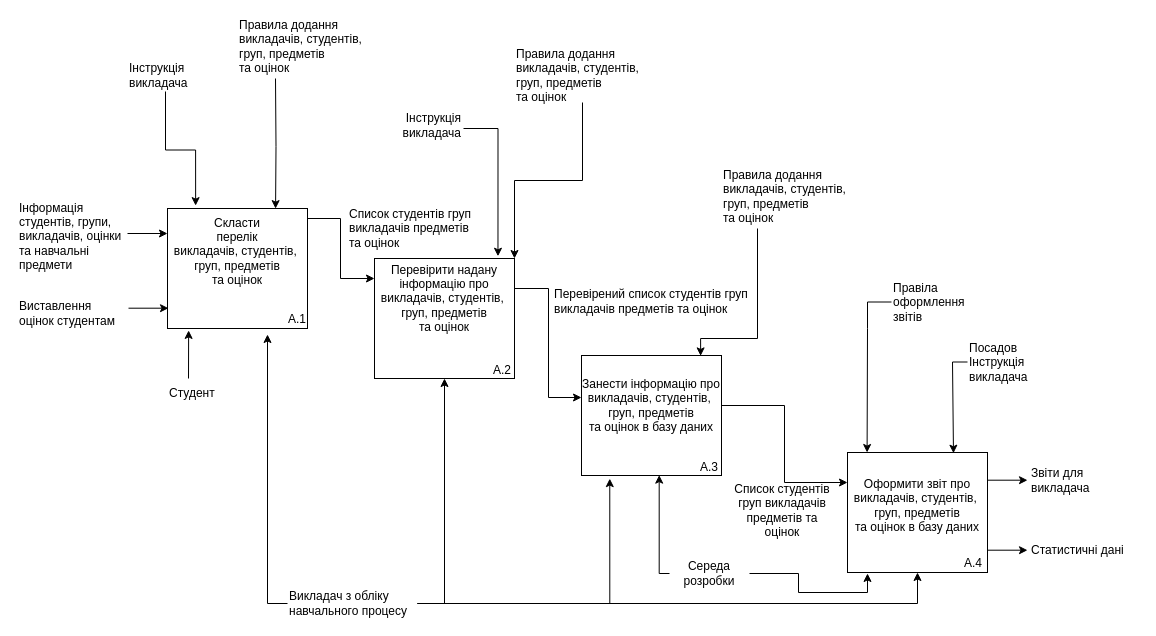
Above: docs/Diagram SADT-0.drawio in MikeostCorp/Gradify (draw.io), before the change. Source tidied: cells renumbered, new cells numbered last; positions are measured from the earlier drawing's top-left corner, leaving out a move shared by most shapes. Both pictures are drawn from the tidied source at 100%, with x=0, y=0 at pixel (17, 18).
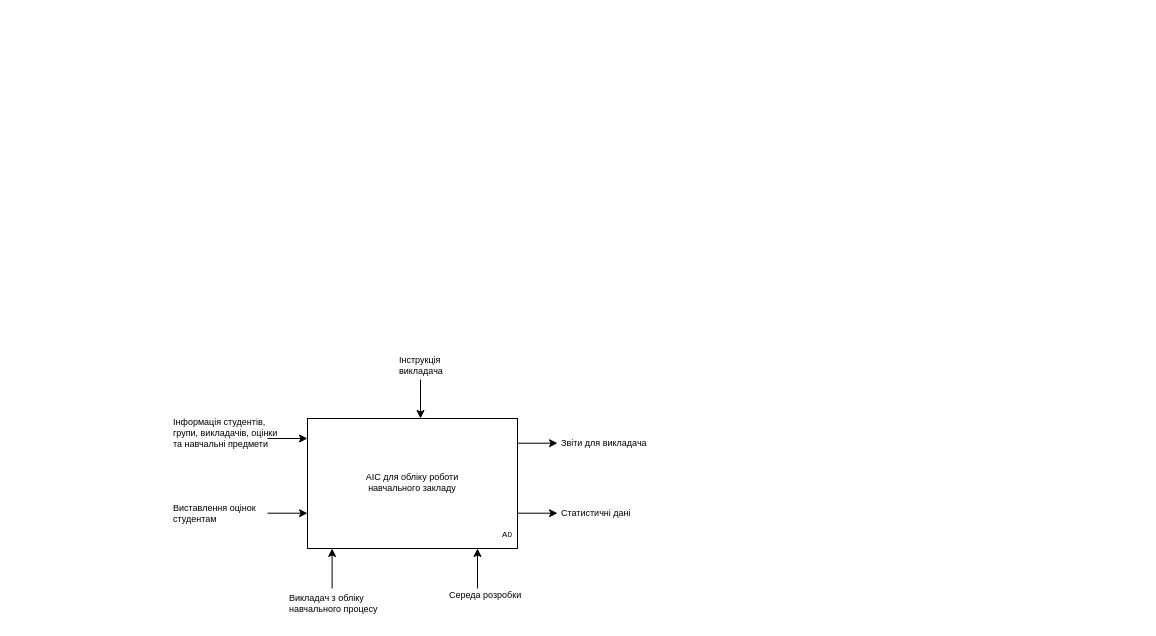
Above is the later version.

The edit, as a diff of the source:
```diff
@@
-    <mxCell id="2" style="rounded=0;whiteSpace=wrap;html=1;" parent="1" vertex="1">
-      <mxGeometry x="150" y="190" width="140" height="120" as="geometry" />
-    </mxCell>
-    <mxCell id="3" value="A.1" style="text;html=1;strokeColor=none;fillColor=none;align=center;verticalAlign=middle;whiteSpace=wrap;rounded=0;" parent="1" vertex="1">
-      <mxGeometry x="250" y="286" width="60" height="30" as="geometry" />
-    </mxCell>
-    <mxCell id="4" style="edgeStyle=orthogonalEdgeStyle;rounded=0;jettySize=auto;html=1;entryX=0;entryY=0.25;entryDx=0;entryDy=0;" parent="1" edge="1" source="5" target="7">
-      <mxGeometry relative="1" as="geometry">
-        <Array as="points">
-          <mxPoint x="323" y="200" />
-          <mxPoint x="323" y="260" />
-        </Array>
-      </mxGeometry>
-    </mxCell>
-    <mxCell id="5" value="Cкласти&lt;br&gt;перелік&lt;br&gt;викладачів, студентів,&amp;nbsp;&lt;br&gt;груп, предметів&lt;br&gt;та оцінок" style="text;html=1;strokeColor=none;fillColor=none;align=center;verticalAlign=middle;whiteSpace=wrap;rounded=0;" parent="1" vertex="1">
-      <mxGeometry x="150" y="195" width="140" height="75" as="geometry" />
-    </mxCell>
-    <mxCell id="6" style="rounded=0;whiteSpace=wrap;html=1;" parent="1" vertex="1">
-      <mxGeometry x="357" y="240" width="140" height="120" as="geometry" />
-    </mxCell>
-    <mxCell id="7" value="Перевірити надану інформацію про&lt;br&gt;викладачів, студентів,&amp;nbsp;&lt;br&gt;груп, предметів&lt;br&gt;та оцінок" style="text;html=1;strokeColor=none;fillColor=none;align=center;verticalAlign=middle;whiteSpace=wrap;rounded=0;" parent="1" vertex="1">
-      <mxGeometry x="357" y="240" width="140" height="80" as="geometry" />
-    </mxCell>
-    <mxCell id="8" value="A.2" style="text;html=1;strokeColor=none;fillColor=none;align=center;verticalAlign=middle;whiteSpace=wrap;rounded=0;" parent="1" vertex="1">
-      <mxGeometry x="455" y="337" width="60" height="30" as="geometry" />
-    </mxCell>
-    <mxCell id="9" style="rounded=0;whiteSpace=wrap;html=1;" parent="1" vertex="1">
-      <mxGeometry x="564" y="337" width="140" height="120" as="geometry" />
-    </mxCell>
-    <mxCell id="10" style="edgeStyle=orthogonalEdgeStyle;rounded=0;jettySize=auto;html=1;entryX=0;entryY=0.25;entryDx=0;entryDy=0;" parent="1" edge="1" source="11" target="18">
-      <mxGeometry relative="1" as="geometry" />
-    </mxCell>
-    <mxCell id="11" value="Занести інформацію про&lt;br&gt;викладачів, студентів,&amp;nbsp;&lt;br&gt;груп, предметів&lt;br&gt;та оцінок в базу даних" style="text;html=1;strokeColor=none;fillColor=none;align=center;verticalAlign=middle;whiteSpace=wrap;rounded=0;" parent="1" vertex="1">
-      <mxGeometry x="564" y="337" width="140" height="100" as="geometry" />
-    </mxCell>
-    <mxCell id="12" value="A.3" style="text;html=1;strokeColor=none;fillColor=none;align=center;verticalAlign=middle;whiteSpace=wrap;rounded=0;" parent="1" vertex="1">
-      <mxGeometry x="662" y="434" width="60" height="30" as="geometry" />
-    </mxCell>
-    <mxCell id="13" value="Список студентів груп викладачів предметів та оцінок" style="text;html=1;strokeColor=none;fillColor=none;align=left;verticalAlign=middle;whiteSpace=wrap;rounded=0;" parent="1" vertex="1">
-      <mxGeometry x="330" y="195" width="130" height="30" as="geometry" />
-    </mxCell>
-    <mxCell id="14" style="endArrow=classic;html=1;rounded=0;entryX=0;entryY=1;entryDx=0;entryDy=0;" parent="1" edge="1">
-      <mxGeometry relative="1" as="geometry">
-        <mxPoint x="110" y="215" as="sourcePoint" />
-        <mxPoint x="150" y="215" as="targetPoint" />
-      </mxGeometry>
-    </mxCell>
+    <mxCell id="52" style="rounded=0;whiteSpace=wrap;html=1;" parent="1" vertex="1">
+      <mxGeometry x="290" y="400" width="210" height="130" as="geometry" />
+    </mxCell>
+    <mxCell id="53" value="&lt;font style=&quot;font-size: 8px;&quot;&gt;A0&lt;/font&gt;" style="text;html=1;strokeColor=none;fillColor=none;align=center;verticalAlign=middle;whiteSpace=wrap;rounded=0;" parent="1" vertex="1">
+      <mxGeometry x="460" y="500" width="60" height="30" as="geometry" />
+    </mxCell>
+    <mxCell id="54" style="endArrow=classic;html=1;rounded=0;entryX=0;entryY=1;entryDx=0;entryDy=0;" parent="1" edge="1" target="53">
+      <mxGeometry relative="1" as="geometry">
+        <mxPoint x="460" y="570" as="sourcePoint" />
+      </mxGeometry>
+    </mxCell>
+    <mxCell id="55" style="endArrow=classic;html=1;rounded=0;entryX=0;entryY=1;entryDx=0;entryDy=0;" parent="1" edge="1">
+      <mxGeometry relative="1" as="geometry">
+        <mxPoint x="314.6" y="570" as="sourcePoint" />
+        <mxPoint x="314.6" y="530" as="targetPoint" />
+      </mxGeometry>
+    </mxCell>
+    <mxCell id="34" value="Викладач з обліку навчального процесу" style="text;strokeColor=none;fillColor=none;align=left;verticalAlign=middle;whiteSpace=wrap;rounded=0;shadow=0;fontStyle=0;html=1;fontSize=9;spacingTop=0;" parent="1" vertex="1">
+      <mxGeometry x="270" y="570" width="110" height="30" as="geometry" />
+    </mxCell>
+    <mxCell id="39" value="Середа розробки" style="text;strokeColor=none;fillColor=none;align=left;verticalAlign=middle;whiteSpace=wrap;rounded=0;shadow=0;fontStyle=0;html=1;fontSize=9;spacingTop=0;" parent="1" vertex="1">
+      <mxGeometry x="430" y="562" width="80" height="30" as="geometry" />
+    </mxCell>
+    <mxCell id="56" style="endArrow=classic;html=1;rounded=0;entryX=0;entryY=1;entryDx=0;entryDy=0;" parent="1" edge="1">
+      <mxGeometry relative="1" as="geometry">
+        <mxPoint x="250" y="420" as="sourcePoint" />
+        <mxPoint x="290" y="420" as="targetPoint" />
+      </mxGeometry>
+    </mxCell>
-    <mxCell id="15" value="&lt;div style=&quot;font-size: 12px;&quot;&gt;Інформація студентів, групи, викладачів, оцінки та навчальні предмети&lt;/div&gt;" style="text;strokeColor=none;fillColor=none;align=left;verticalAlign=middle;whiteSpace=wrap;rounded=0;shadow=0;fontStyle=0;html=1;fontSize=12;spacingTop=0;" parent="1" vertex="1">
-      <mxGeometry y="180" width="110" height="75" as="geometry" />
+    <mxCell id="15" value="&lt;div style=&quot;&quot;&gt;Інформація студентів, групи, викладачів, оцінки та навчальні предмети&lt;/div&gt;" style="text;strokeColor=none;fillColor=none;align=left;verticalAlign=middle;whiteSpace=wrap;rounded=0;shadow=0;fontStyle=0;html=1;fontSize=9;spacingTop=0;" parent="1" vertex="1">
+      <mxGeometry x="154" y="400" width="110" height="30" as="geometry" />
     </mxCell>
-    <mxCell id="16" style="endArrow=classic;html=1;rounded=0;entryX=0;entryY=1;entryDx=0;entryDy=0;" parent="1" edge="1">
-      <mxGeometry relative="1" as="geometry">
-        <mxPoint x="111" y="289.7" as="sourcePoint" />
-        <mxPoint x="151" y="289.7" as="targetPoint" />
-      </mxGeometry>
-    </mxCell>
+    <mxCell id="57" style="endArrow=classic;html=1;rounded=0;entryX=0;entryY=1;entryDx=0;entryDy=0;" parent="1" edge="1">
+      <mxGeometry relative="1" as="geometry">
+        <mxPoint x="250" y="494.7" as="sourcePoint" />
+        <mxPoint x="290" y="494.7" as="targetPoint" />
+      </mxGeometry>
+    </mxCell>
-    <mxCell id="17" value="&lt;div style=&quot;font-size: 12px;&quot;&gt;Виставлення оцінок студентам&lt;/div&gt;" style="text;strokeColor=none;fillColor=none;align=left;verticalAlign=middle;whiteSpace=wrap;rounded=0;shadow=0;fontStyle=0;html=1;fontSize=12;spacingTop=0;" parent="1" vertex="1">
-      <mxGeometry y="280" width="110" height="30" as="geometry" />
+    <mxCell id="17" value="&lt;div style=&quot;&quot;&gt;Виставлення оцінок студентам&lt;/div&gt;" style="text;strokeColor=none;fillColor=none;align=left;verticalAlign=middle;whiteSpace=wrap;rounded=0;shadow=0;fontStyle=0;html=1;fontSize=9;spacingTop=0;" parent="1" vertex="1">
+      <mxGeometry x="154" y="480" width="110" height="30" as="geometry" />
     </mxCell>
-    <mxCell id="18" style="rounded=0;whiteSpace=wrap;html=1;" parent="1" vertex="1">
-      <mxGeometry x="830" y="434" width="140" height="120" as="geometry" />
-    </mxCell>
-    <mxCell id="19" value="Оформити звіт про&lt;br&gt;викладачів, студентів,&amp;nbsp;&lt;br&gt;груп, предметів&lt;br&gt;та оцінок в базу даних" style="text;html=1;strokeColor=none;fillColor=none;align=center;verticalAlign=middle;whiteSpace=wrap;rounded=0;" parent="1" vertex="1">
-      <mxGeometry x="830" y="437" width="140" height="100" as="geometry" />
-    </mxCell>
-    <mxCell id="20" value="A.4" style="text;html=1;strokeColor=none;fillColor=none;align=center;verticalAlign=middle;whiteSpace=wrap;rounded=0;" parent="1" vertex="1">
-      <mxGeometry x="926" y="530" width="60" height="30" as="geometry" />
-    </mxCell>
-    <mxCell id="21" style="edgeStyle=orthogonalEdgeStyle;rounded=0;orthogonalLoop=1;jettySize=auto;html=1;entryX=0;entryY=0.25;entryDx=0;entryDy=0;" parent="1" edge="1">
-      <mxGeometry relative="1" as="geometry">
-        <mxPoint x="497" y="310" as="sourcePoint" />
-        <mxPoint x="564" y="379" as="targetPoint" />
-        <Array as="points">
-          <mxPoint x="497" y="270" />
-          <mxPoint x="531" y="270" />
-          <mxPoint x="531" y="379" />
-        </Array>
-      </mxGeometry>
-    </mxCell>
-    <mxCell id="22" style="endArrow=classic;html=1;rounded=0;entryX=0;entryY=1;entryDx=0;entryDy=0;" parent="1" edge="1">
-      <mxGeometry relative="1" as="geometry">
-        <mxPoint x="970" y="531.7" as="sourcePoint" />
-        <mxPoint x="1010" y="531.7" as="targetPoint" />
-      </mxGeometry>
-    </mxCell>
+    <mxCell id="58" style="endArrow=classic;html=1;rounded=0;entryX=0;entryY=1;entryDx=0;entryDy=0;" parent="1" edge="1">
+      <mxGeometry relative="1" as="geometry">
+        <mxPoint x="500" y="494.7" as="sourcePoint" />
+        <mxPoint x="540" y="494.7" as="targetPoint" />
+      </mxGeometry>
+    </mxCell>
-    <mxCell id="23" value="&lt;div style=&quot;font-size: 12px;&quot;&gt;Статистичні дані&lt;/div&gt;" style="text;strokeColor=none;fillColor=none;align=left;verticalAlign=middle;whiteSpace=wrap;rounded=0;shadow=0;fontStyle=0;html=1;fontSize=12;spacingTop=0;" parent="1" vertex="1">
-      <mxGeometry x="1012" y="517" width="110" height="30" as="geometry" />
+    <mxCell id="23" value="&lt;div style=&quot;&quot;&gt;Статистичні дані&lt;/div&gt;" style="text;strokeColor=none;fillColor=none;align=left;verticalAlign=middle;whiteSpace=wrap;rounded=0;shadow=0;fontStyle=0;html=1;fontSize=9;spacingTop=0;" parent="1" vertex="1">
+      <mxGeometry x="542" y="480" width="110" height="30" as="geometry" />
     </mxCell>
-    <mxCell id="24" style="endArrow=classic;html=1;rounded=0;entryX=0;entryY=1;entryDx=0;entryDy=0;" parent="1" edge="1">
-      <mxGeometry relative="1" as="geometry">
-        <mxPoint x="970" y="461.7" as="sourcePoint" />
-        <mxPoint x="1010" y="461.7" as="targetPoint" />
-      </mxGeometry>
-    </mxCell>
+    <mxCell id="59" style="endArrow=classic;html=1;rounded=0;entryX=0;entryY=1;entryDx=0;entryDy=0;" parent="1" edge="1">
+      <mxGeometry relative="1" as="geometry">
+        <mxPoint x="500" y="424.7" as="sourcePoint" />
+        <mxPoint x="540" y="424.7" as="targetPoint" />
+      </mxGeometry>
+    </mxCell>
-    <mxCell id="25" value="&lt;div style=&quot;font-size: 12px;&quot;&gt;Звіти для викладача&lt;/div&gt;" style="text;strokeColor=none;fillColor=none;align=left;verticalAlign=middle;whiteSpace=wrap;rounded=0;shadow=0;fontStyle=0;html=1;fontSize=12;spacingTop=0;" parent="1" vertex="1">
-      <mxGeometry x="1012" y="447" width="110" height="30" as="geometry" />
+    <mxCell id="25" value="&lt;div style=&quot;&quot;&gt;Звіти для викладача&lt;/div&gt;" style="text;strokeColor=none;fillColor=none;align=left;verticalAlign=middle;whiteSpace=wrap;rounded=0;shadow=0;fontStyle=0;html=1;fontSize=9;spacingTop=0;" parent="1" vertex="1">
+      <mxGeometry x="542" y="410" width="110" height="30" as="geometry" />
     </mxCell>
-    <mxCell id="26" style="edgeStyle=orthogonalEdgeStyle;rounded=0;jettySize=auto;html=1;entryX=0.201;entryY=-0.024;entryDx=0;entryDy=0;entryPerimeter=0;" parent="1" edge="1" source="27" target="2">
-      <mxGeometry relative="1" as="geometry" />
-    </mxCell>
-    <mxCell id="27" value="&lt;div style=&quot;font-size: 12px;&quot;&gt;Інструкція&lt;/div&gt;&lt;div style=&quot;font-size: 12px;&quot;&gt;викладача&lt;/div&gt;" style="text;strokeColor=none;fillColor=none;align=left;verticalAlign=middle;whiteSpace=wrap;rounded=0;shadow=0;fontStyle=0;html=1;fontSize=12;spacingTop=0;" parent="1" vertex="1">
-      <mxGeometry x="110" y="40" width="76" height="33" as="geometry" />
-    </mxCell>
-    <mxCell id="28" value="&lt;div style=&quot;font-size: 12px;&quot;&gt;Студент&lt;/div&gt;" style="text;strokeColor=none;fillColor=none;align=left;verticalAlign=middle;whiteSpace=wrap;rounded=0;shadow=0;fontStyle=0;html=1;fontSize=12;spacingTop=0;" parent="1" vertex="1">
-      <mxGeometry x="150" y="360" width="60" height="30" as="geometry" />
-    </mxCell>
-    <mxCell id="29" style="endArrow=classic;html=1;rounded=0;entryX=0.151;entryY=1.016;entryDx=0;entryDy=0;entryPerimeter=0;" parent="1" edge="1" target="2">
-      <mxGeometry relative="1" as="geometry">
-        <mxPoint x="171" y="360" as="sourcePoint" />
-      </mxGeometry>
-    </mxCell>
-    <mxCell id="30" style="edgeStyle=orthogonalEdgeStyle;rounded=0;jettySize=auto;html=1;entryX=0;entryY=1;entryDx=0;entryDy=0;" parent="1" edge="1" source="34" target="3">
-      <mxGeometry relative="1" as="geometry">
-        <Array as="points">
-          <mxPoint x="250" y="585" />
-        </Array>
-      </mxGeometry>
-    </mxCell>
-    <mxCell id="31" style="edgeStyle=orthogonalEdgeStyle;rounded=0;jettySize=auto;html=1;entryX=0.5;entryY=1;entryDx=0;entryDy=0;" parent="1" edge="1" source="34" target="6">
-      <mxGeometry relative="1" as="geometry">
-        <Array as="points">
-          <mxPoint x="427" y="585" />
-        </Array>
-      </mxGeometry>
-    </mxCell>
-    <mxCell id="32" style="edgeStyle=orthogonalEdgeStyle;rounded=0;jettySize=auto;html=1;entryX=0.5;entryY=1;entryDx=0;entryDy=0;" parent="1" edge="1" source="34" target="18">
-      <mxGeometry relative="1" as="geometry" />
-    </mxCell>
-    <mxCell id="33" style="edgeStyle=orthogonalEdgeStyle;rounded=0;jettySize=auto;html=1;entryX=0.202;entryY=1.026;entryDx=0;entryDy=0;entryPerimeter=0;" parent="1" edge="1" source="34" target="9">
-      <mxGeometry relative="1" as="geometry" />
-    </mxCell>
-    <mxCell id="34" value="&lt;font style=&quot;font-size: 12px;&quot;&gt;Викладач з обліку навчального процесу&lt;/font&gt;" style="text;strokeColor=none;fillColor=none;align=left;verticalAlign=middle;whiteSpace=wrap;rounded=0;shadow=0;fontStyle=0;html=1;fontSize=9;spacingTop=0;" parent="1" vertex="1">
-      <mxGeometry x="270" y="570" width="130" height="30" as="geometry" />
-    </mxCell>
-    <mxCell id="35" value="Перевірений список студентів груп викладачів предметів та оцінок" style="text;html=1;strokeColor=none;fillColor=none;align=left;verticalAlign=middle;whiteSpace=wrap;rounded=0;" parent="1" vertex="1">
-      <mxGeometry x="535" y="265" width="211" height="35" as="geometry" />
-    </mxCell>
-    <mxCell id="36" value="Список студентів груп викладачів предметів та оцінок" style="text;html=1;strokeColor=none;fillColor=none;align=center;verticalAlign=middle;whiteSpace=wrap;rounded=0;" parent="1" vertex="1">
-      <mxGeometry x="710" y="477" width="110" height="30" as="geometry" />
-    </mxCell>
-    <mxCell id="37" style="edgeStyle=orthogonalEdgeStyle;rounded=0;jettySize=auto;html=1;entryX=0.555;entryY=0.997;entryDx=0;entryDy=0;entryPerimeter=0;" parent="1" edge="1" source="39" target="9">
-      <mxGeometry relative="1" as="geometry">
-        <Array as="points">
-          <mxPoint x="642" y="555" />
-        </Array>
-      </mxGeometry>
-    </mxCell>
-    <mxCell id="38" style="edgeStyle=orthogonalEdgeStyle;rounded=0;jettySize=auto;html=1;entryX=0.143;entryY=1.008;entryDx=0;entryDy=0;entryPerimeter=0;" parent="1" edge="1" source="39" target="18">
-      <mxGeometry relative="1" as="geometry" />
-    </mxCell>
-    <mxCell id="39" value="Середа розробки" style="text;strokeColor=none;fillColor=none;align=center;verticalAlign=middle;whiteSpace=wrap;rounded=0;shadow=0;fontStyle=0;html=1;fontSize=12;spacingTop=0;" parent="1" vertex="1">
-      <mxGeometry x="652" y="540" width="80" height="30" as="geometry" />
-    </mxCell>
-    <mxCell id="40" style="edgeStyle=orthogonalEdgeStyle;rounded=0;jettySize=auto;html=1;entryX=0.757;entryY=-0.023;entryDx=0;entryDy=0;entryPerimeter=0;" parent="1" edge="1" source="41" target="19">
-      <mxGeometry relative="1" as="geometry">
-        <Array as="points">
-          <mxPoint x="935" y="344" />
-          <mxPoint x="935" y="435" />
-        </Array>
-      </mxGeometry>
-    </mxCell>
-    <mxCell id="41" value="&lt;div style=&quot;font-size: 12px;&quot;&gt;Посадов&lt;/div&gt;&lt;div style=&quot;font-size: 12px;&quot;&gt;Інструкція&lt;/div&gt;&lt;div style=&quot;font-size: 12px;&quot;&gt;викладача&lt;/div&gt;" style="text;strokeColor=none;fillColor=none;align=left;verticalAlign=middle;whiteSpace=wrap;rounded=0;shadow=0;fontStyle=0;html=1;fontSize=12;spacingTop=0;" parent="1" vertex="1">
-      <mxGeometry x="950" y="327" width="76" height="33" as="geometry" />
-    </mxCell>
-    <mxCell id="42" style="edgeStyle=orthogonalEdgeStyle;rounded=0;jettySize=auto;html=1;entryX=0.14;entryY=-0.03;entryDx=0;entryDy=0;entryPerimeter=0;" parent="1" edge="1" source="43" target="19">
-      <mxGeometry relative="1" as="geometry">
-        <Array as="points">
-          <mxPoint x="850" y="284" />
-          <mxPoint x="850" y="310" />
-          <mxPoint x="850" y="310" />
-        </Array>
-      </mxGeometry>
-    </mxCell>
-    <mxCell id="43" value="&lt;div style=&quot;font-size: 12px;&quot;&gt;Правіла оформлення&lt;/div&gt;&lt;div style=&quot;font-size: 12px;&quot;&gt;звітів&amp;nbsp;&lt;/div&gt;" style="text;strokeColor=none;fillColor=none;align=left;verticalAlign=middle;whiteSpace=wrap;rounded=0;shadow=0;fontStyle=0;html=1;fontSize=12;spacingTop=0;" parent="1" vertex="1">
-      <mxGeometry x="874" y="267" width="76" height="33" as="geometry" />
-    </mxCell>
-    <mxCell id="44" style="edgeStyle=orthogonalEdgeStyle;rounded=0;jettySize=auto;html=1;entryX=0.882;entryY=-0.028;entryDx=0;entryDy=0;entryPerimeter=0;" parent="1" edge="1" source="45" target="7">
-      <mxGeometry relative="1" as="geometry">
-        <Array as="points">
-          <mxPoint x="481" y="110" />
-        </Array>
-      </mxGeometry>
-    </mxCell>
-    <mxCell id="45" value="&lt;div style=&quot;font-size: 12px;&quot;&gt;Інструкція&lt;/div&gt;&lt;div style=&quot;font-size: 12px;&quot;&gt;викладача&lt;/div&gt;" style="text;strokeColor=none;fillColor=none;align=right;verticalAlign=middle;whiteSpace=wrap;rounded=0;shadow=0;fontStyle=0;html=1;fontSize=12;spacingTop=0;" parent="1" vertex="1">
-      <mxGeometry x="370" y="90" width="76" height="33" as="geometry" />
-    </mxCell>
-    <mxCell id="46" style="edgeStyle=orthogonalEdgeStyle;rounded=0;jettySize=auto;html=1;entryX=0.772;entryY=-0.065;entryDx=0;entryDy=0;entryPerimeter=0;" parent="1" edge="1" target="5">
-      <mxGeometry relative="1" as="geometry">
-        <mxPoint x="258" y="60" as="sourcePoint" />
-      </mxGeometry>
-    </mxCell>
-    <mxCell id="47" value="&lt;div style=&quot;font-size: 12px;&quot;&gt;Правила додання&amp;nbsp;&lt;/div&gt;викладачів, студентів,&amp;nbsp;&lt;br style=&quot;border-color: var(--border-color); text-align: center;&quot;&gt;&lt;span style=&quot;text-align: center;&quot;&gt;груп, предметів&lt;/span&gt;&lt;br style=&quot;border-color: var(--border-color); text-align: center;&quot;&gt;&lt;span style=&quot;text-align: center;&quot;&gt;та оцінок&lt;/span&gt;" style="text;strokeColor=none;fillColor=none;align=left;verticalAlign=middle;whiteSpace=wrap;rounded=0;shadow=0;fontStyle=0;html=1;fontSize=12;spacingTop=0;" parent="1" vertex="1">
-      <mxGeometry x="220" width="170" height="55" as="geometry" />
-    </mxCell>
-    <mxCell id="48" style="edgeStyle=orthogonalEdgeStyle;rounded=0;jettySize=auto;html=1;entryX=0.851;entryY=0.004;entryDx=0;entryDy=0;entryPerimeter=0;" parent="1" edge="1" target="11">
-      <mxGeometry relative="1" as="geometry">
-        <mxPoint x="740" y="210" as="sourcePoint" />
-        <Array as="points">
-          <mxPoint x="740" y="320" />
-          <mxPoint x="683" y="320" />
-        </Array>
-      </mxGeometry>
-    </mxCell>
-    <mxCell id="49" value="&lt;div style=&quot;font-size: 12px;&quot;&gt;Правила додання&amp;nbsp;&lt;/div&gt;викладачів, студентів,&amp;nbsp;&lt;br style=&quot;border-color: var(--border-color); text-align: center;&quot;&gt;&lt;span style=&quot;text-align: center;&quot;&gt;груп, предметів&lt;/span&gt;&lt;br style=&quot;border-color: var(--border-color); text-align: center;&quot;&gt;&lt;span style=&quot;text-align: center;&quot;&gt;та оцінок&lt;/span&gt;" style="text;strokeColor=none;fillColor=none;align=left;verticalAlign=middle;whiteSpace=wrap;rounded=0;shadow=0;fontStyle=0;html=1;fontSize=12;spacingTop=0;" parent="1" vertex="1">
-      <mxGeometry x="704" y="150" width="136" height="55" as="geometry" />
-    </mxCell>
-    <mxCell id="50" style="edgeStyle=orthogonalEdgeStyle;rounded=0;jettySize=auto;html=1;entryX=1;entryY=0;entryDx=0;entryDy=0;" parent="1" edge="1" source="51" target="7">
-      <mxGeometry relative="1" as="geometry" />
-    </mxCell>
-    <mxCell id="51" value="&lt;div style=&quot;font-size: 12px;&quot;&gt;Правила додання&amp;nbsp;&lt;/div&gt;викладачів, студентів,&amp;nbsp;&lt;br style=&quot;border-color: var(--border-color); text-align: center;&quot;&gt;&lt;span style=&quot;text-align: center;&quot;&gt;груп, предметів&lt;/span&gt;&lt;br style=&quot;border-color: var(--border-color); text-align: center;&quot;&gt;&lt;span style=&quot;text-align: center;&quot;&gt;та оцінок&lt;/span&gt;" style="text;strokeColor=none;fillColor=none;align=left;verticalAlign=middle;whiteSpace=wrap;rounded=0;shadow=0;fontStyle=0;html=1;fontSize=12;spacingTop=0;" parent="1" vertex="1">
-      <mxGeometry x="497" y="29" width="136" height="55" as="geometry" />
-    </mxCell>
+    <mxCell id="60" style="endArrow=classic;html=1;rounded=0;" parent="1" edge="1">
+      <mxGeometry relative="1" as="geometry">
+        <mxPoint x="403" y="361" as="sourcePoint" />
+        <mxPoint x="403" y="400" as="targetPoint" />
+      </mxGeometry>
+    </mxCell>
+    <mxCell id="61" value="&lt;div style=&quot;&quot;&gt;Інструкція&lt;/div&gt;&lt;div style=&quot;&quot;&gt;викладача&lt;/div&gt;" style="text;strokeColor=none;fillColor=none;align=left;verticalAlign=middle;whiteSpace=wrap;rounded=0;shadow=0;fontStyle=0;html=1;fontSize=9;spacingTop=0;" parent="1" vertex="1">
+      <mxGeometry x="380" y="332" width="56" height="30" as="geometry" />
+    </mxCell>
+    <mxCell id="62" value="АІС для обліку роботи&lt;br&gt;навчального закладу&lt;br style=&quot;font-size: 9px;&quot;&gt;&amp;nbsp;" style="text;html=1;strokeColor=none;fillColor=none;align=center;verticalAlign=middle;whiteSpace=wrap;rounded=0;fontSize=9;" parent="1" vertex="1">
+      <mxGeometry x="285" y="420" width="220" height="100" as="geometry" />
+    </mxCell>
```
